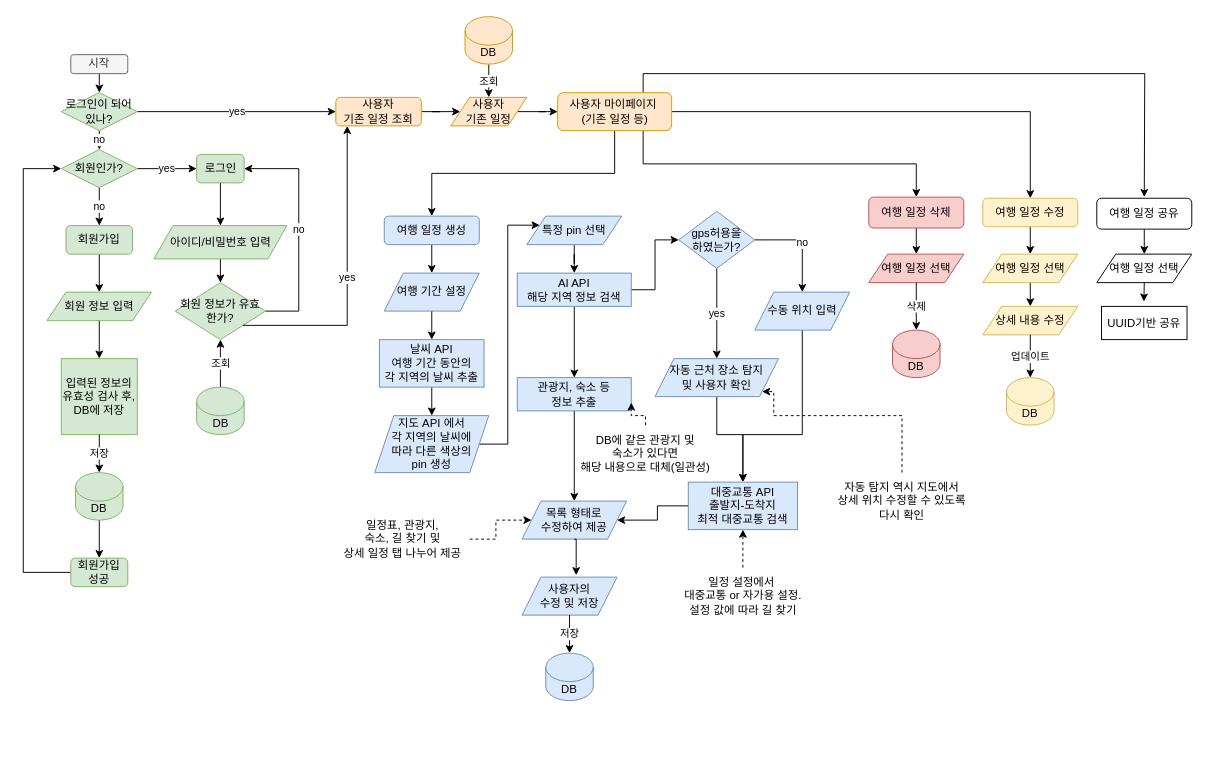
This is trivista/자료/trivista.drawio from Ju-S/TIL_KDT, a draw.io file, before an edit. Source tidied: cells renumbered, new cells numbered last; positions are measured from the earlier drawing's top-left corner, leaving out a move shared by most shapes. Both pictures are drawn from the tidied source at 95%, with x=0, y=0 at pixel (23, 16).
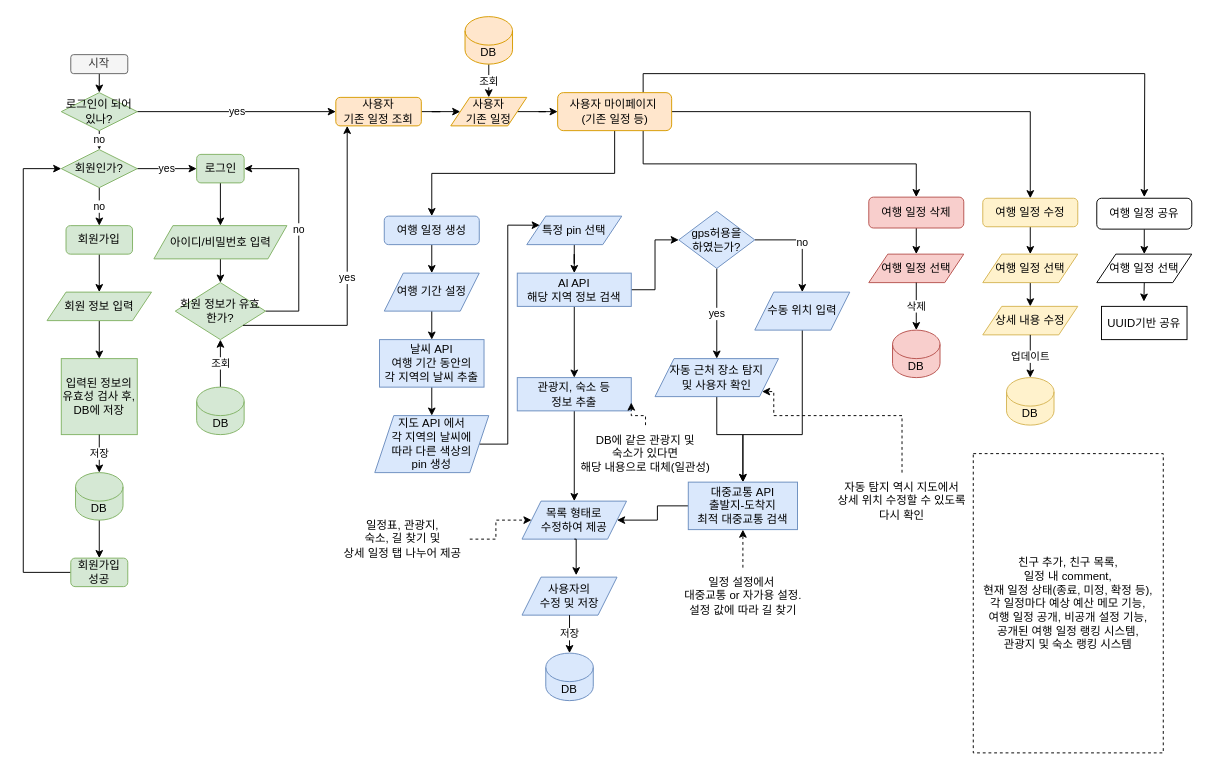
The same page after the edit.

What changed in the source:
```diff
@@
+    <mxCell id="94" value="친구 추가, 친구 목록,&lt;div&gt;일정 내 comment,&lt;/div&gt;&lt;div&gt;현재 일정 상태(종료, 미정, 확정 등),&lt;/div&gt;&lt;div&gt;각 일정마다 예상 예산 메모 기능,&lt;/div&gt;&lt;div&gt;여행 일정 공개, 비공개 설정 기능,&lt;/div&gt;&lt;div&gt;공개된 여행 일정 랭킹 시스템,&lt;/div&gt;&lt;div&gt;관광지 및 숙소 랭킹 시스템&lt;/div&gt;" style="rounded=1;whiteSpace=wrap;html=1;dashed=1;arcSize=0;align=center;verticalAlign=middle;" parent="1" vertex="1">
+      <mxGeometry x="1000" y="460" width="200" height="315" as="geometry" />
+    </mxCell>
```
